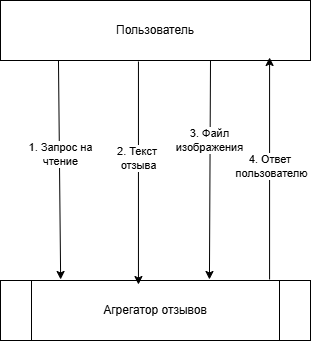
Rostelecom-Practice/chokak-project-docs keeps this draw.io diagram as docs/analytics/images/dfd0.png. Above is the earlier version. Source tidied: cells renumbered, new cells last; positions are measured from the earlier drawing's top-left corner, leaving out a move shared by most shapes.
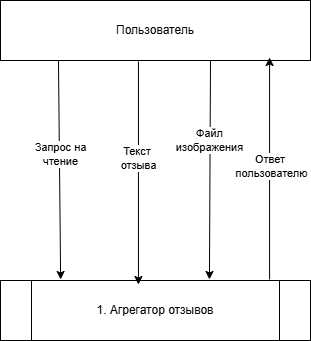
After the commit.

Commit message:
Fix DFD diagram numbering and corresponding documentation

Diff of the diagram source:
```diff
@@ -2,7 +2,7 @@
   <root>
     <mxCell id="0" />
     <mxCell id="1" parent="0" />
-    <mxCell id="2" value="Агрегатор отзывов" style="shape=process;whiteSpace=wrap;html=1;backgroundOutline=1;" parent="1" vertex="1">
+    <mxCell id="2" value="1. Агрегатор отзывов" style="shape=process;whiteSpace=wrap;html=1;backgroundOutline=1;" parent="1" vertex="1">
       <mxGeometry y="280" width="310" height="60" as="geometry" />
     </mxCell>
     <mxCell id="3" value="Пользователь" style="rounded=0;whiteSpace=wrap;html=1;" parent="1" vertex="1">
@@ -11,7 +11,7 @@
     <mxCell id="4" style="endArrow=classic;html=1;rounded=0;exitX=0.187;exitY=1;exitDx=0;exitDy=0;exitPerimeter=0;entryX=0.194;entryY=-0.017;entryDx=0;entryDy=0;entryPerimeter=0;" parent="1" edge="1" source="3" target="2">
       <mxGeometry relative="1" as="geometry" />
     </mxCell>
-    <mxCell id="5" value="1. Запрос на&lt;div&gt;чтение&lt;/div&gt;" style="edgeLabel;html=1;align=center;verticalAlign=middle;" parent="4" vertex="1">
+    <mxCell id="5" value="Запрос на&lt;div&gt;чтение&lt;/div&gt;" style="edgeLabel;html=1;align=center;verticalAlign=middle;" parent="4" vertex="1">
       <mxGeometry x="-0.21" y="1" relative="1" as="geometry">
         <mxPoint y="7" as="offset" />
       </mxGeometry>
@@ -21,7 +21,7 @@
         <mxPoint x="210" y="60" as="sourcePoint" />
       </mxGeometry>
     </mxCell>
-    <mxCell id="7" value="3. Файл&lt;div&gt;изображения&lt;/div&gt;" style="edgeLabel;html=1;align=center;verticalAlign=middle;" parent="6" vertex="1">
+    <mxCell id="7" value="Файл&lt;div&gt;изображения&lt;/div&gt;" style="edgeLabel;html=1;align=center;verticalAlign=middle;" parent="6" vertex="1">
       <mxGeometry x="-0.02" y="-1" relative="1" as="geometry">
         <mxPoint y="-27" as="offset" />
       </mxGeometry>
@@ -29,13 +29,13 @@
     <mxCell id="8" style="endArrow=classic;html=1;rounded=0;entryX=0.868;entryY=0.95;entryDx=0;entryDy=0;entryPerimeter=0;exitX=0.868;exitY=-0.017;exitDx=0;exitDy=0;exitPerimeter=0;" parent="1" edge="1" source="2" target="3">
       <mxGeometry relative="1" as="geometry" />
     </mxCell>
-    <mxCell id="9" value="4. Ответ&amp;nbsp;&lt;div&gt;пользователю&lt;/div&gt;" style="edgeLabel;html=1;align=center;verticalAlign=middle;" parent="8" vertex="1">
+    <mxCell id="9" value="Ответ&amp;nbsp;&lt;div&gt;пользователю&lt;/div&gt;" style="edgeLabel;html=1;align=center;verticalAlign=middle;" parent="8" vertex="1">
       <mxGeometry x="0.02" y="-1" relative="1" as="geometry" />
     </mxCell>
     <mxCell id="10" style="endArrow=classic;html=1;rounded=0;exitX=0.445;exitY=1.017;exitDx=0;exitDy=0;exitPerimeter=0;entryX=0.445;entryY=0.067;entryDx=0;entryDy=0;entryPerimeter=0;" parent="1" edge="1" source="3" target="2">
       <mxGeometry relative="1" as="geometry" />
     </mxCell>
-    <mxCell id="11" value="2. Текст&amp;nbsp;&lt;div&gt;отзыва&lt;/div&gt;" style="edgeLabel;html=1;align=center;verticalAlign=middle;" parent="10" vertex="1">
+    <mxCell id="11" value="Текст&amp;nbsp;&lt;div&gt;отзыва&lt;/div&gt;" style="edgeLabel;html=1;align=center;verticalAlign=middle;" parent="10" vertex="1">
       <mxGeometry x="0.02" y="5" relative="1" as="geometry">
         <mxPoint x="-5" y="-18" as="offset" />
       </mxGeometry>
```
